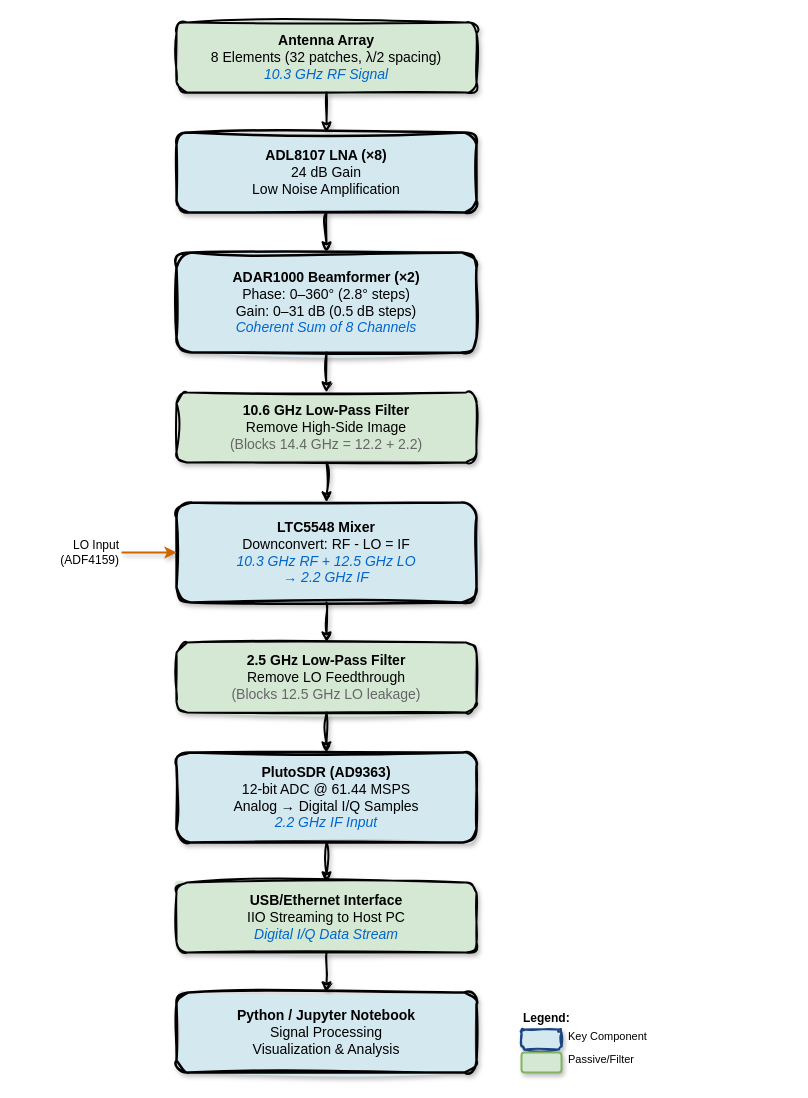
Earlier version of the draw.io diagram beam-forming-tutorials/resources/signal-flow-rx.drawio (IDerrington/Phaser). Source tidied: cells renumbered, new cells numbered last; positions are measured from the earlier drawing's top-left corner, leaving out a move shared by most shapes. Both pictures are drawn from the tidied source at 100%, with x=0, y=0 at pixel (21, 22).
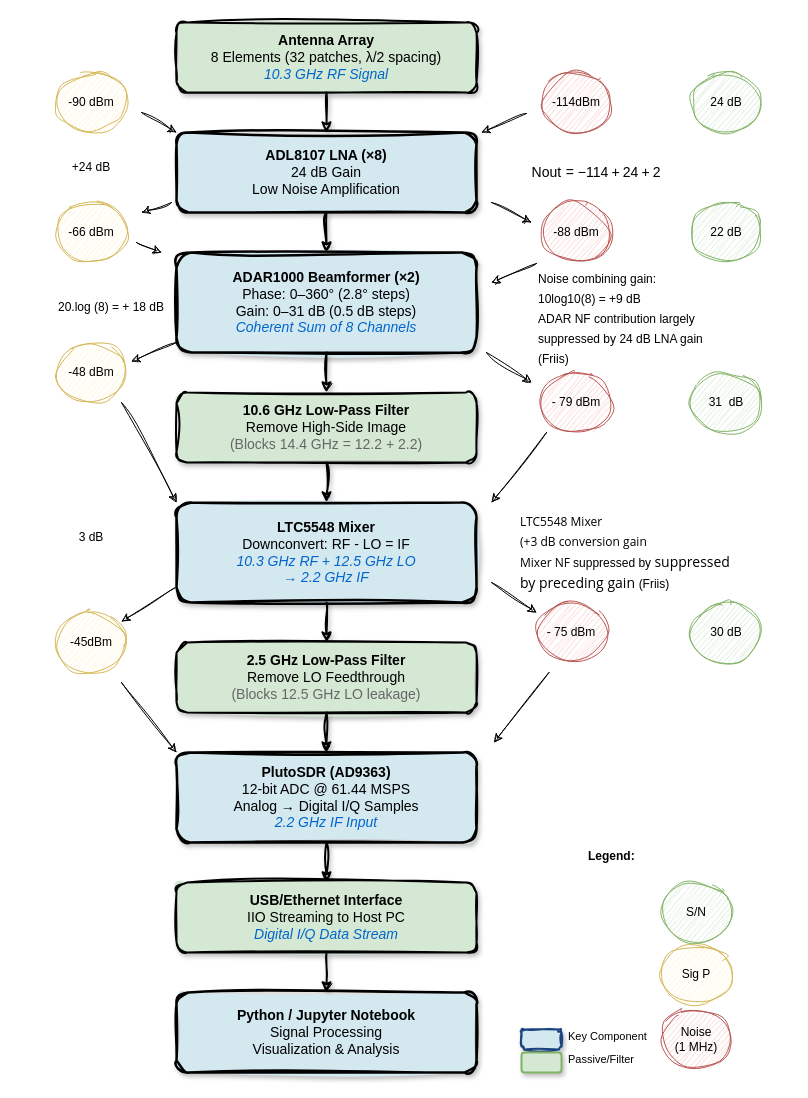
After the change.

The change refers to these unchanged cells:
```xml
<mxCell id="4" value="&lt;b&gt;ADL8107 LNA (×8)&lt;/b&gt;&lt;br&gt;24 dB Gain&lt;br&gt;Low Noise Amplification" style="rounded=1;whiteSpace=wrap;html=1;fillColor=#D4E8F0;strokeColor=#000000;strokeWidth=2.5;fontSize=14;shadow=1;sketch=1;curveFitting=1;jiggle=2;fillStyle=solid;" parent="1" vertex="1">
  <mxGeometry x="155" y="110" width="300" height="80" as="geometry" />
</mxCell>
<mxCell id="10" value="&lt;b&gt;LTC5548 Mixer&lt;/b&gt;&lt;br&gt;Downconvert: RF - LO = IF&lt;br&gt;&lt;i&gt;&lt;font color=&quot;#0066cc&quot;&gt;10.3 GHz RF + 12.5 GHz LO&lt;/font&gt;&lt;/i&gt;&lt;br&gt;&lt;i&gt;&lt;font color=&quot;#0066cc&quot;&gt;→ 2.2 GHz IF&lt;/font&gt;&lt;/i&gt;" style="rounded=1;whiteSpace=wrap;html=1;fillColor=#D4E8F0;strokeColor=#000000;strokeWidth=2.5;fontSize=14;shadow=1;sketch=1;curveFitting=1;jiggle=2;fillStyle=solid;" parent="1" vertex="1">
  <mxGeometry x="155" y="480" width="300" height="100" as="geometry" />
</mxCell>
<mxCell id="16" value="&lt;b&gt;PlutoSDR (AD9363)&lt;/b&gt;&lt;br&gt;12-bit ADC @ 61.44 MSPS&lt;br&gt;Analog → Digital I/Q Samples&lt;br&gt;&lt;i&gt;&lt;font color=&quot;#0066cc&quot;&gt;2.2 GHz IF Input&lt;/font&gt;&lt;/i&gt;" style="rounded=1;whiteSpace=wrap;html=1;fillColor=#D4E8F0;strokeColor=#000000;strokeWidth=2.5;fontSize=14;shadow=1;sketch=1;curveFitting=1;jiggle=2;fillStyle=solid;" parent="1" vertex="1">
  <mxGeometry x="155" y="730" width="300" height="90" as="geometry" />
</mxCell>
```

What changed in the source:
```diff
@@
-    <mxCell id="11" style="edgeStyle=orthogonalEdgeStyle;rounded=0;jettySize=auto;html=1;exitX=1;exitY=0.5;exitDx=0;exitDy=0;entryX=0;entryY=0.5;entryDx=0;entryDy=0;strokeWidth=2;endArrow=classic;endFill=1;strokeColor=#CC6600;shadow=1;" parent="1" edge="1" source="12" target="10">
-      <mxGeometry relative="1" as="geometry" />
-    </mxCell>
-    <mxCell id="12" value="&lt;font&gt;LO Input&lt;br&gt;(ADF4159)&lt;/font&gt;" style="text;html=1;strokeColor=none;fillColor=none;align=right;verticalAlign=middle;whiteSpace=wrap;rounded=0;fontSize=12;shadow=1;fontColor=#000000;" parent="1" vertex="1">
-      <mxGeometry y="515" width="100" height="30" as="geometry" />
-    </mxCell>
@@
     <mxCell id="21" value="&lt;b&gt;Legend:&lt;/b&gt;" style="text;html=1;strokeColor=none;fillColor=none;align=left;verticalAlign=top;whiteSpace=wrap;rounded=0;fontSize=12;shadow=1;" parent="1" vertex="1">
-      <mxGeometry x="500" y="982" width="100" height="20" as="geometry" />
+      <mxGeometry x="565" y="820" width="100" height="20" as="geometry" />
     </mxCell>
@@
+    <mxCell id="26" value="-66 dBm" style="ellipse;whiteSpace=wrap;html=1;sketch=1;curveFitting=1;jiggle=2;fillColor=#fff2cc;strokeColor=#d6b656;" parent="1" vertex="1">
+      <mxGeometry x="35" y="180" width="70" height="60" as="geometry" />
+    </mxCell>
+    <mxCell id="27" value="-90 dBm" style="ellipse;whiteSpace=wrap;html=1;sketch=1;curveFitting=1;jiggle=2;fillColor=#fff2cc;strokeColor=#d6b656;" parent="1" vertex="1">
+      <mxGeometry x="35" y="50" width="70" height="60" as="geometry" />
+    </mxCell>
+    <mxCell id="28" value="-114dBm" style="ellipse;whiteSpace=wrap;html=1;sketch=1;curveFitting=1;jiggle=2;fillColor=#f8cecc;strokeColor=#b85450;" parent="1" vertex="1">
+      <mxGeometry x="520" y="50" width="70" height="60" as="geometry" />
+    </mxCell>
+    <mxCell id="29" value="-48 dBm" style="ellipse;whiteSpace=wrap;html=1;sketch=1;curveFitting=1;jiggle=2;fillColor=#fff2cc;strokeColor=#d6b656;" parent="1" vertex="1">
+      <mxGeometry x="35" y="320" width="70" height="60" as="geometry" />
+    </mxCell>
+    <mxCell id="30" style="endArrow=classic;html=1;rounded=0;entryX=0;entryY=0;entryDx=0;entryDy=0;sketch=1;curveFitting=1;jiggle=2;" parent="1" edge="1" target="4">
+      <mxGeometry relative="1" as="geometry">
+        <mxPoint x="120" y="90" as="sourcePoint" />
+      </mxGeometry>
+    </mxCell>
+    <mxCell id="31" style="endArrow=classic;html=1;rounded=0;sketch=1;curveFitting=1;jiggle=2;" parent="1" edge="1">
+      <mxGeometry relative="1" as="geometry">
+        <mxPoint x="150" y="180" as="sourcePoint" />
+        <mxPoint x="120" y="190" as="targetPoint" />
+      </mxGeometry>
+    </mxCell>
+    <mxCell id="32" style="endArrow=classic;html=1;rounded=0;sketch=1;curveFitting=1;jiggle=2;" parent="1" edge="1">
+      <mxGeometry relative="1" as="geometry">
+        <mxPoint x="115" y="220" as="sourcePoint" />
+        <mxPoint x="140" y="230" as="targetPoint" />
+      </mxGeometry>
+    </mxCell>
+    <mxCell id="33" style="endArrow=classic;html=1;rounded=0;entryX=1;entryY=0;entryDx=0;entryDy=0;sketch=1;curveFitting=1;jiggle=2;" parent="1" edge="1">
+      <mxGeometry relative="1" as="geometry">
+        <mxPoint x="155" y="320" as="sourcePoint" />
+        <mxPoint x="110" y="339" as="targetPoint" />
+      </mxGeometry>
+    </mxCell>
+    <mxCell id="34" style="endArrow=classic;html=1;rounded=0;entryX=0;entryY=0;entryDx=0;entryDy=0;sketch=1;curveFitting=1;jiggle=2;" parent="1" edge="1" target="10">
+      <mxGeometry relative="1" as="geometry">
+        <mxPoint x="100" y="380" as="sourcePoint" />
+      </mxGeometry>
+    </mxCell>
+    <mxCell id="35" value="-45dBm" style="ellipse;whiteSpace=wrap;html=1;sketch=1;curveFitting=1;jiggle=2;fillColor=#fff2cc;strokeColor=#d6b656;" parent="1" vertex="1">
+      <mxGeometry x="35" y="590" width="70" height="60" as="geometry" />
+    </mxCell>
+    <mxCell id="36" style="endArrow=classic;html=1;rounded=0;entryX=1;entryY=0;entryDx=0;entryDy=0;sketch=1;curveFitting=1;jiggle=2;exitX=-0.006;exitY=0.854;exitDx=0;exitDy=0;exitPerimeter=0;" parent="1" edge="1" source="10">
+      <mxGeometry relative="1" as="geometry">
+        <mxPoint x="100" y="599" as="targetPoint" />
+      </mxGeometry>
+    </mxCell>
+    <mxCell id="37" style="endArrow=classic;html=1;rounded=0;entryX=0;entryY=0;entryDx=0;entryDy=0;sketch=1;curveFitting=1;jiggle=2;" parent="1" edge="1" target="16">
+      <mxGeometry relative="1" as="geometry">
+        <mxPoint x="100" y="660" as="sourcePoint" />
+      </mxGeometry>
+    </mxCell>
+    <mxCell id="38" style="endArrow=classic;html=1;rounded=0;entryX=1;entryY=0;entryDx=0;entryDy=0;sketch=1;curveFitting=1;jiggle=2;" parent="1" edge="1">
+      <mxGeometry relative="1" as="geometry">
+        <mxPoint x="505" y="91" as="sourcePoint" />
+        <mxPoint x="460" y="110" as="targetPoint" />
+      </mxGeometry>
+    </mxCell>
+    <mxCell id="39" value="+24 dB" style="text;html=1;whiteSpace=wrap;strokeColor=none;fillColor=none;align=center;verticalAlign=middle;rounded=0;" parent="1" vertex="1">
+      <mxGeometry x="10" y="130" width="120" height="30" as="geometry" />
+    </mxCell>
+    <mxCell id="40" value="3 dB" style="text;html=1;whiteSpace=wrap;strokeColor=none;fillColor=none;align=center;verticalAlign=middle;rounded=0;" parent="1" vertex="1">
+      <mxGeometry x="10" y="500" width="120" height="30" as="geometry" />
+    </mxCell>
+    <mxCell id="41" value="-88 dBm" style="ellipse;whiteSpace=wrap;html=1;sketch=1;curveFitting=1;jiggle=2;fillColor=#f8cecc;strokeColor=#b85450;" parent="1" vertex="1">
+      <mxGeometry x="520" y="180" width="70" height="60" as="geometry" />
+    </mxCell>
+    <mxCell id="42" value="&lt;div style=&quot;text-align: start; font-size: 14px; line-height: 20px;&quot;&gt;&lt;font face=&quot;Helvetica&quot;&gt;&lt;span class=&quot;base&quot; style=&quot;&quot;&gt;&lt;span class=&quot;mord&quot; style=&quot;&quot;&gt;&lt;span class=&quot;mord mathnormal&quot; style=&quot;margin-right: 0.10903em;&quot;&gt;N&lt;/span&gt;&lt;span class=&quot;msupsub&quot; style=&quot;&quot;&gt;&lt;span class=&quot;vlist-t vlist-t2&quot;&gt;&lt;span class=&quot;vlist-r&quot;&gt;&lt;span class=&quot;vlist&quot; style=&quot;height: 0.2806em;&quot;&gt;&lt;span style=&quot;top: -2.55em; margin-left: -0.109em; margin-right: 0.05em;&quot;&gt;&lt;span class=&quot;pstrut&quot; style=&quot;height: 2.7em;&quot;&gt;&lt;/span&gt;&lt;span class=&quot;sizing reset-size6 size3 mtight&quot;&gt;&lt;span class=&quot;mord mtight&quot;&gt;&lt;span class=&quot;mord mathnormal mtight&quot;&gt;o&lt;/span&gt;&lt;span class=&quot;mord mathnormal mtight&quot;&gt;u&lt;/span&gt;&lt;span class=&quot;mord mathnormal mtight&quot;&gt;t&lt;/span&gt;&lt;/span&gt;&lt;/span&gt;&lt;/span&gt;&lt;/span&gt;&lt;span class=&quot;vlist-s&quot;&gt;&lt;/span&gt;&lt;/span&gt;&lt;span class=&quot;vlist-r&quot;&gt;&lt;span class=&quot;vlist&quot; style=&quot;height: 0.15em;&quot;&gt;&lt;/span&gt;&lt;/span&gt;&lt;/span&gt;&lt;/span&gt;&lt;/span&gt;&lt;span class=&quot;mspace&quot; style=&quot;margin-right: 0.2778em; margin-right: 0.2778em;&quot;&gt;&lt;/span&gt;&lt;span class=&quot;mrel&quot; style=&quot;&quot;&gt;=&lt;/span&gt;&lt;span class=&quot;mspace&quot; style=&quot;margin-right: 0.2778em; margin-right: 0.2778em;&quot;&gt;&lt;/span&gt;&lt;/span&gt;&lt;span class=&quot;base&quot; style=&quot;&quot;&gt;&lt;span class=&quot;strut&quot; style=&quot;height: 0.7278em; vertical-align: -0.0833em;&quot;&gt;&lt;/span&gt;&lt;span class=&quot;mord&quot;&gt;−&lt;/span&gt;&lt;span class=&quot;mord&quot;&gt;114&lt;/span&gt;&lt;span class=&quot;mspace&quot; style=&quot;margin-right: 0.2222em;&quot;&gt;&lt;/span&gt;&lt;span class=&quot;mbin&quot;&gt;+&lt;/span&gt;&lt;span class=&quot;mspace&quot; style=&quot;margin-right: 0.2222em;&quot;&gt;&lt;/span&gt;&lt;/span&gt;&lt;span class=&quot;base&quot; style=&quot;&quot;&gt;&lt;span class=&quot;strut&quot; style=&quot;height: 0.7278em; vertical-align: -0.0833em;&quot;&gt;&lt;/span&gt;&lt;span class=&quot;mord&quot;&gt;24&lt;/span&gt;&lt;span class=&quot;mspace&quot; style=&quot;margin-right: 0.2222em;&quot;&gt;&lt;/span&gt;&lt;span class=&quot;mbin&quot;&gt;+&lt;/span&gt;&lt;span class=&quot;mspace&quot; style=&quot;margin-right: 0.2222em;&quot;&gt;&lt;/span&gt;&lt;/span&gt;&lt;span class=&quot;base&quot; style=&quot;&quot;&gt;&lt;span class=&quot;strut&quot; style=&quot;height: 0.6444em; height: 0.6444em;&quot;&gt;&lt;/span&gt;&lt;span class=&quot;mord&quot; style=&quot;&quot;&gt;2&lt;/span&gt;&lt;/span&gt;&lt;/font&gt;&lt;/div&gt;" style="text;html=1;whiteSpace=wrap;strokeColor=none;fillColor=none;align=center;verticalAlign=middle;rounded=0;" parent="1" vertex="1">
+      <mxGeometry x="500" y="135" width="150" height="30" as="geometry" />
+    </mxCell>
+    <mxCell id="43" style="endArrow=classic;html=1;rounded=0;sketch=1;curveFitting=1;jiggle=2;" parent="1" edge="1">
+      <mxGeometry relative="1" as="geometry">
+        <mxPoint x="470" y="180" as="sourcePoint" />
+        <mxPoint x="510" y="200" as="targetPoint" />
+      </mxGeometry>
+    </mxCell>
+    <mxCell id="44" value="20.log (8) = + 18 dB" style="text;html=1;whiteSpace=wrap;strokeColor=none;fillColor=none;align=center;verticalAlign=middle;rounded=0;" parent="1" vertex="1">
+      <mxGeometry x="30" y="270" width="120" height="30" as="geometry" />
+    </mxCell>
+    <mxCell id="45" style="endArrow=classic;html=1;rounded=0;entryX=1;entryY=0;entryDx=0;entryDy=0;sketch=1;curveFitting=1;jiggle=2;" parent="1" edge="1">
+      <mxGeometry relative="1" as="geometry">
+        <mxPoint x="515" y="241" as="sourcePoint" />
+        <mxPoint x="470" y="260" as="targetPoint" />
+      </mxGeometry>
+    </mxCell>
+    <mxCell id="46" value="&lt;div style=&quot;text-align: start; font-family: &amp;quot;Segoe UI&amp;quot;; font-size: 14px; line-height: 20px;&quot;&gt;&lt;br&gt;&lt;/div&gt;" style="text;html=1;whiteSpace=wrap;strokeColor=none;fillColor=none;align=center;verticalAlign=middle;rounded=0;" parent="1" vertex="1">
+      <mxGeometry x="500" y="290" width="270" height="30" as="geometry" />
+    </mxCell>
+    <mxCell id="47" value="- 79 dBm" style="ellipse;whiteSpace=wrap;html=1;sketch=1;curveFitting=1;jiggle=2;fillColor=#f8cecc;strokeColor=#b85450;" parent="1" vertex="1">
+      <mxGeometry x="520" y="350" width="70" height="60" as="geometry" />
+    </mxCell>
+    <mxCell id="48" style="endArrow=classic;html=1;rounded=0;sketch=1;curveFitting=1;jiggle=2;" parent="1" edge="1">
+      <mxGeometry relative="1" as="geometry">
+        <mxPoint x="525" y="410" as="sourcePoint" />
+        <mxPoint x="470" y="480" as="targetPoint" />
+      </mxGeometry>
+    </mxCell>
+    <mxCell id="49" value="&lt;div style=&quot;text-align: start; font-family: &amp;quot;Segoe UI&amp;quot;; line-height: 20px;&quot;&gt;&lt;span class=&quot;base&quot; style=&quot;&quot;&gt;&lt;span class=&quot;mord&quot; style=&quot;&quot;&gt;&lt;div&gt;&lt;br&gt;&lt;/div&gt;&lt;div&gt;&lt;span&gt;&lt;/span&gt;&lt;br&gt;&lt;/div&gt;&lt;div&gt;&lt;span&gt;LTC5548 Mixer&lt;/span&gt;&lt;br&gt;&lt;/div&gt;&lt;div&gt;&lt;span&gt;(+3 dB conversion gain&lt;br&gt;Mixer NF&amp;nbsp;&lt;/span&gt;&lt;span style=&quot;font-family: Helvetica; background-color: transparent; color: light-dark(rgb(0, 0, 0), rgb(255, 255, 255));&quot;&gt;suppressed by&amp;nbsp;&lt;/span&gt;&lt;span style=&quot;font-size: 14px; background-color: transparent; color: light-dark(rgb(0, 0, 0), rgb(255, 255, 255));&quot;&gt;suppressed by preceding gain&amp;nbsp;&lt;/span&gt;&lt;span style=&quot;font-family: Helvetica; background-color: transparent; color: light-dark(rgb(0, 0, 0), rgb(255, 255, 255));&quot;&gt;(Friis)&lt;/span&gt;&lt;/div&gt;&lt;div&gt;&lt;span&gt;&lt;/span&gt;&lt;br&gt;&lt;/div&gt;&lt;div&gt;&lt;br&gt;&lt;/div&gt;&lt;/span&gt;&lt;/span&gt;&lt;/div&gt;" style="text;html=1;whiteSpace=wrap;strokeColor=none;fillColor=none;align=center;verticalAlign=middle;rounded=0;" parent="1" vertex="1">
+      <mxGeometry x="497.5" y="500" width="222.5" height="60" as="geometry" />
+    </mxCell>
+    <mxCell id="50" value="- 75 dBm" style="ellipse;whiteSpace=wrap;html=1;sketch=1;curveFitting=1;jiggle=2;fillColor=#f8cecc;strokeColor=#b85450;" parent="1" vertex="1">
+      <mxGeometry x="515" y="580" width="70" height="60" as="geometry" />
+    </mxCell>
+    <mxCell id="51" style="endArrow=classic;html=1;rounded=0;sketch=1;curveFitting=1;jiggle=2;" parent="1" edge="1">
+      <mxGeometry relative="1" as="geometry">
+        <mxPoint x="465" y="330" as="sourcePoint" />
+        <mxPoint x="510" y="360" as="targetPoint" />
+      </mxGeometry>
+    </mxCell>
+    <mxCell id="52" style="endArrow=classic;html=1;rounded=0;sketch=1;curveFitting=1;jiggle=2;" parent="1" edge="1">
+      <mxGeometry relative="1" as="geometry">
+        <mxPoint x="470" y="560" as="sourcePoint" />
+        <mxPoint x="515" y="590" as="targetPoint" />
+      </mxGeometry>
+    </mxCell>
+    <mxCell id="53" style="endArrow=classic;html=1;rounded=0;sketch=1;curveFitting=1;jiggle=2;" parent="1" edge="1">
+      <mxGeometry relative="1" as="geometry">
+        <mxPoint x="527.5" y="650" as="sourcePoint" />
+        <mxPoint x="472.5" y="720" as="targetPoint" />
+      </mxGeometry>
+    </mxCell>
+    <mxCell id="54" value="Noise&lt;br&gt;(1 MHz)" style="ellipse;whiteSpace=wrap;html=1;sketch=1;curveFitting=1;jiggle=2;fillColor=#f8cecc;strokeColor=#b85450;" parent="1" vertex="1">
+      <mxGeometry x="640" y="987" width="70" height="60" as="geometry" />
+    </mxCell>
+    <mxCell id="55" value="&lt;div style=&quot;font-style: normal; font-weight: 400; line-height: 20px;&quot;&gt;&lt;div class=&quot;___1sql8mq f1rh9g5y f11qrl6u f19n0e5 fibxuh5 f4fkekg&quot; style=&quot;&quot;&gt;&lt;div style=&quot;&quot;&gt;&lt;font face=&quot;Helvetica&quot;&gt;Noise combining gain:&lt;br&gt;&lt;/font&gt;&lt;/div&gt;&lt;div style=&quot;&quot;&gt;&lt;span&gt;&lt;font face=&quot;Helvetica&quot;&gt;10log10(8) = +9 dB&lt;/font&gt;&lt;/span&gt;&lt;/div&gt;&lt;div style=&quot;&quot;&gt;&lt;font face=&quot;Helvetica&quot;&gt;&lt;span&gt;ADAR NF contribution largely&lt;/span&gt;&lt;br&gt;&lt;/font&gt;&lt;/div&gt;&lt;div style=&quot;&quot;&gt;&lt;font face=&quot;Helvetica&quot;&gt;&lt;span&gt;suppressed by 24 dB LNA gain&lt;/span&gt;&lt;br&gt;&lt;/font&gt;&lt;/div&gt;&lt;div style=&quot;&quot;&gt;&lt;font face=&quot;Helvetica&quot;&gt;(Friis)&lt;/font&gt;&lt;/div&gt;&lt;/div&gt;&lt;/div&gt;" style="text;whiteSpace=wrap;html=1;" parent="1" vertex="1">
+      <mxGeometry x="515" y="240" width="220" height="110" as="geometry" />
+    </mxCell>
+    <mxCell id="56" value="Sig P" style="ellipse;whiteSpace=wrap;html=1;sketch=1;curveFitting=1;jiggle=2;fillColor=#fff2cc;strokeColor=#d6b656;" parent="1" vertex="1">
+      <mxGeometry x="640" y="922" width="70" height="60" as="geometry" />
+    </mxCell>
+    <mxCell id="57" value="24 dB" style="ellipse;whiteSpace=wrap;html=1;sketch=1;curveFitting=1;jiggle=2;fillColor=#d5e8d4;strokeColor=#82b366;" parent="1" vertex="1">
+      <mxGeometry x="670" y="50" width="70" height="60" as="geometry" />
+    </mxCell>
+    <mxCell id="58" value="22 dB" style="ellipse;whiteSpace=wrap;html=1;sketch=1;curveFitting=1;jiggle=2;fillColor=#d5e8d4;strokeColor=#82b366;" parent="1" vertex="1">
+      <mxGeometry x="670" y="180" width="70" height="60" as="geometry" />
+    </mxCell>
+    <mxCell id="59" value="31&amp;nbsp; dB" style="ellipse;whiteSpace=wrap;html=1;sketch=1;curveFitting=1;jiggle=2;fillColor=#d5e8d4;strokeColor=#82b366;" parent="1" vertex="1">
+      <mxGeometry x="670" y="350" width="70" height="60" as="geometry" />
+    </mxCell>
+    <mxCell id="60" value="30 dB" style="ellipse;whiteSpace=wrap;html=1;sketch=1;curveFitting=1;jiggle=2;fillColor=#d5e8d4;strokeColor=#82b366;" parent="1" vertex="1">
+      <mxGeometry x="670" y="580" width="70" height="60" as="geometry" />
+    </mxCell>
+    <mxCell id="61" value="S/N" style="ellipse;whiteSpace=wrap;html=1;sketch=1;curveFitting=1;jiggle=2;fillColor=#d5e8d4;strokeColor=#82b366;" parent="1" vertex="1">
+      <mxGeometry x="640" y="860" width="70" height="60" as="geometry" />
+    </mxCell>
```
